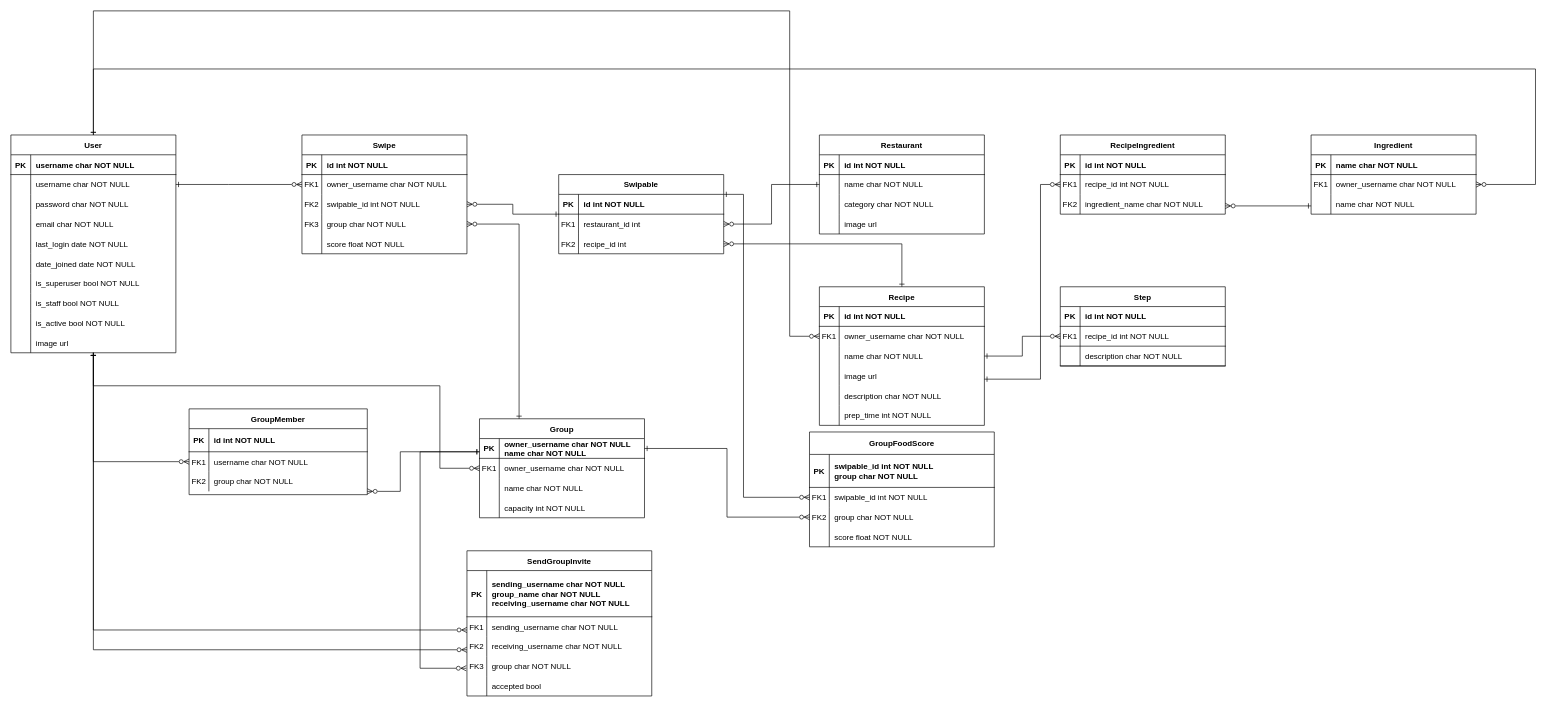
grubflow/diagrams keeps this draw.io diagram as grubflow-db.drawio. Above is the earlier version. Source tidied: cells renumbered, new cells numbered last; positions are measured from the earlier drawing's top-left corner, leaving out a move shared by most shapes. Both pictures are drawn from the tidied source at 66%, with x=0, y=0 at pixel (11, 11).
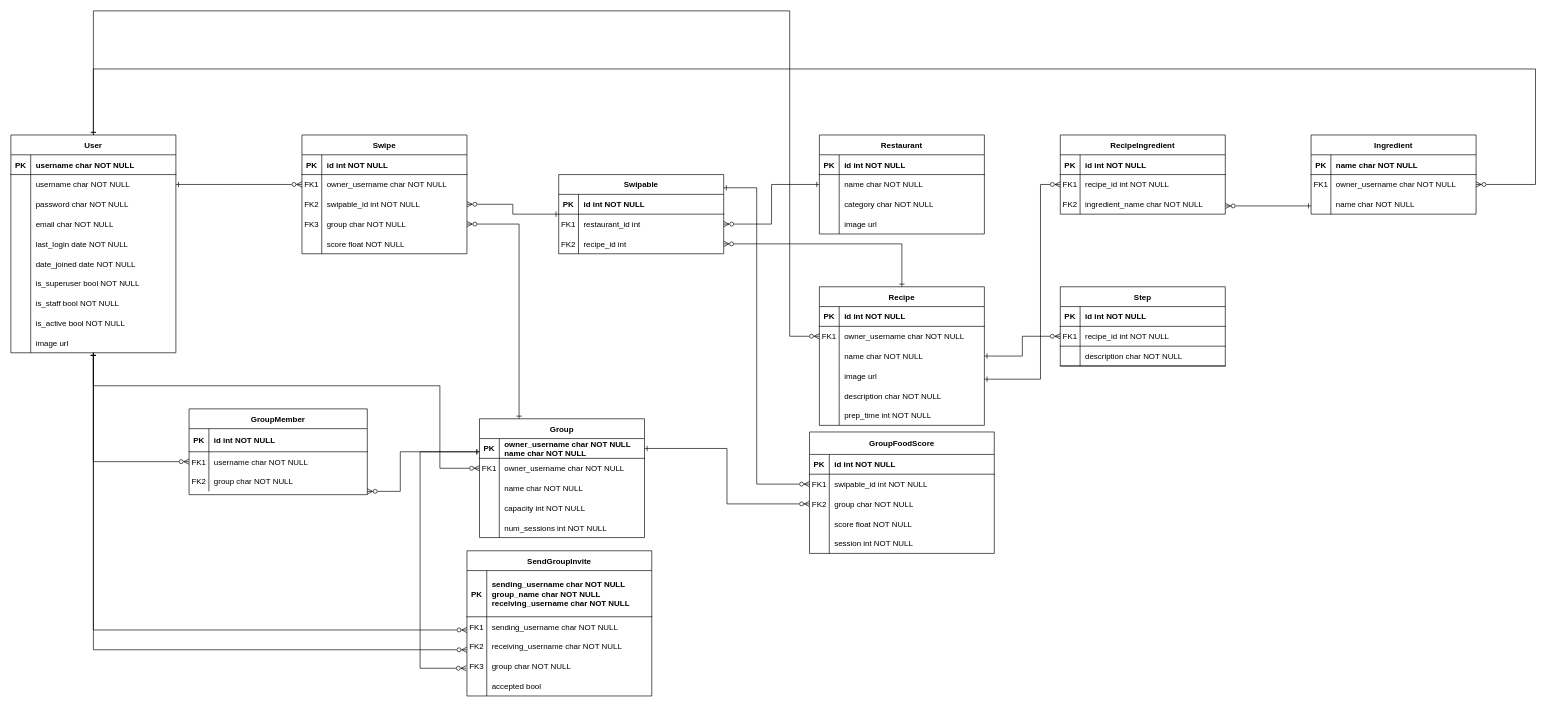
After the change.

The change refers to these unchanged cells:
```xml
<mxCell id="33" value="Swipable" style="shape=table;startSize=30;childLayout=tableLayout;rowLines=0;fontStyle=1;align=center;gradientColor=none;" parent="1" vertex="1">
  <mxGeometry x="830" y="248" width="250" height="120" as="geometry" />
</mxCell>
<mxCell id="62" style="shape=partialRectangle;fillColor=none;points=[[0,0.5],[1,0.5]];portConstraint=eastwest;top=0;left=0;right=0;bottom=1;" parent="61" vertex="1">
  <mxGeometry y="30" width="250" height="30" as="geometry" />
</mxCell>
```

What changed in the source:
```diff
@@
     <mxCell id="61" value="Group" style="shape=table;startSize=30;childLayout=tableLayout;rowLines=0;fontStyle=1;align=center;gradientColor=none;" parent="1" vertex="1">
-      <mxGeometry x="710" y="618" width="250" height="150" as="geometry" />
+      <mxGeometry x="710" y="618" width="250" height="180" as="geometry" />
     </mxCell>
@@
+    <mxCell id="195" style="shape=partialRectangle;fillColor=none;top=0;left=0;right=0;bottom=0;" parent="61" vertex="1">
+      <mxGeometry y="150" width="250" height="30" as="geometry" />
+    </mxCell>
+    <mxCell id="196" style="shape=partialRectangle;overflow=hidden;fillColor=none;top=0;left=0;bottom=0;right=0;" parent="195" vertex="1">
+      <mxGeometry width="30" height="30" as="geometry" />
+    </mxCell>
+    <mxCell id="197" value="num_sessions int NOT NULL" style="shape=partialRectangle;overflow=hidden;fillColor=none;top=0;left=0;bottom=0;right=0;align=left;spacingLeft=6;" parent="195" vertex="1">
+      <mxGeometry x="30" width="220" height="30" as="geometry" />
+    </mxCell>
@@
     <mxCell id="86" value="GroupFoodScore" style="shape=table;startSize=34;childLayout=tableLayout;rowLines=0;fontStyle=1;align=center;gradientColor=none;" parent="1" vertex="1">
-      <mxGeometry x="1210" y="638" width="280" height="174" as="geometry" />
+      <mxGeometry x="1210" y="638" width="280" height="184" as="geometry" />
     </mxCell>
     <mxCell id="87" style="shape=partialRectangle;fillColor=none;top=0;left=0;right=0;bottom=1;" parent="86" vertex="1">
-      <mxGeometry y="34" width="280" height="50" as="geometry" />
+      <mxGeometry y="34" width="280" height="30" as="geometry" />
     </mxCell>
     <mxCell id="88" value="PK" style="shape=partialRectangle;overflow=hidden;fillColor=none;top=0;left=0;bottom=0;right=0;fontStyle=1;" parent="87" vertex="1">
-      <mxGeometry width="30" height="50" as="geometry" />
+      <mxGeometry width="30" height="30" as="geometry" />
     </mxCell>
-    <mxCell id="89" value="swipable_id int NOT NULL&#10;group char NOT NULL" style="shape=partialRectangle;overflow=hidden;fillColor=none;top=0;left=0;bottom=0;right=0;align=left;spacingLeft=6;fontStyle=1;" parent="87" vertex="1">
-      <mxGeometry x="30" width="250" height="50" as="geometry" />
+    <mxCell id="89" value="id int NOT NULL" style="shape=partialRectangle;overflow=hidden;fillColor=none;top=0;left=0;bottom=0;right=0;align=left;spacingLeft=6;fontStyle=1;" parent="87" vertex="1">
+      <mxGeometry x="30" width="250" height="30" as="geometry" />
     </mxCell>
     <mxCell id="90" style="shape=partialRectangle;fillColor=none;points=[[0,0.5],[1,0.5]];portConstraint=eastwest;top=0;left=0;right=0;bottom=0;" parent="86" vertex="1">
-      <mxGeometry y="84" width="280" height="30" as="geometry" />
+      <mxGeometry y="64" width="280" height="30" as="geometry" />
     </mxCell>
@@
     <mxCell id="93" style="shape=partialRectangle;fillColor=none;points=[[0,0.5],[1,0.5]];portConstraint=eastwest;top=0;left=0;right=0;bottom=0;" parent="86" vertex="1">
-      <mxGeometry y="114" width="280" height="30" as="geometry" />
+      <mxGeometry y="94" width="280" height="30" as="geometry" />
     </mxCell>
@@
     <mxCell id="96" style="shape=partialRectangle;fillColor=none;top=0;left=0;right=0;bottom=0;" parent="86" vertex="1">
-      <mxGeometry y="144" width="280" height="30" as="geometry" />
+      <mxGeometry y="124" width="280" height="30" as="geometry" />
     </mxCell>
@@
+    <mxCell id="198" style="shape=partialRectangle;fillColor=none;top=0;left=0;right=0;bottom=0;" parent="86" vertex="1">
+      <mxGeometry y="154" width="280" height="30" as="geometry" />
+    </mxCell>
+    <mxCell id="199" style="shape=partialRectangle;overflow=hidden;fillColor=none;top=0;left=0;bottom=0;right=0;" parent="198" vertex="1">
+      <mxGeometry width="30" height="30" as="geometry" />
+    </mxCell>
+    <mxCell id="200" value="session int NOT NULL" style="shape=partialRectangle;overflow=hidden;fillColor=none;top=0;left=0;bottom=0;right=0;align=left;spacingLeft=6;" parent="198" vertex="1">
+      <mxGeometry x="30" width="250" height="30" as="geometry" />
+    </mxCell>
@@
     <mxCell id="184" style="edgeStyle=orthogonalEdgeStyle;rounded=0;jettySize=auto;html=1;exitX=0;exitY=0.5;exitDx=0;exitDy=0;startArrow=ERzeroToMany;startFill=0;endArrow=ERone;endFill=0;entryX=1;entryY=0.5;entryDx=0;entryDy=0;" parent="1" edge="1" source="93" target="62">
       <mxGeometry relative="1" as="geometry">
         <Array as="points">
-          <mxPoint x="1085" y="767" />
+          <mxPoint x="1085" y="747" />
           <mxPoint x="1085" y="663" />
         </Array>
       </mxGeometry>
     </mxCell>
-    <mxCell id="185" style="edgeStyle=orthogonalEdgeStyle;rounded=0;jettySize=auto;html=1;exitX=0;exitY=0.5;exitDx=0;exitDy=0;startArrow=ERzeroToMany;startFill=0;endArrow=ERone;endFill=0;" parent="1" edge="1" source="90" target="33">
-      <mxGeometry relative="1" as="geometry">
-        <Array as="points">
-          <mxPoint x="1110" y="737" />
-          <mxPoint x="1110" y="278" />
-        </Array>
-      </mxGeometry>
-    </mxCell>
@@
+    <mxCell id="185" style="edgeStyle=orthogonalEdgeStyle;rounded=0;jettySize=auto;html=1;exitX=0;exitY=0.5;exitDx=0;exitDy=0;endArrow=ERone;endFill=0;startArrow=ERzeroToMany;startFill=0;" parent="1" edge="1" source="90" target="33">
+      <mxGeometry relative="1" as="geometry">
+        <Array as="points">
+          <mxPoint x="1130" y="717" />
+          <mxPoint x="1130" y="268" />
+        </Array>
+      </mxGeometry>
+    </mxCell>
```
